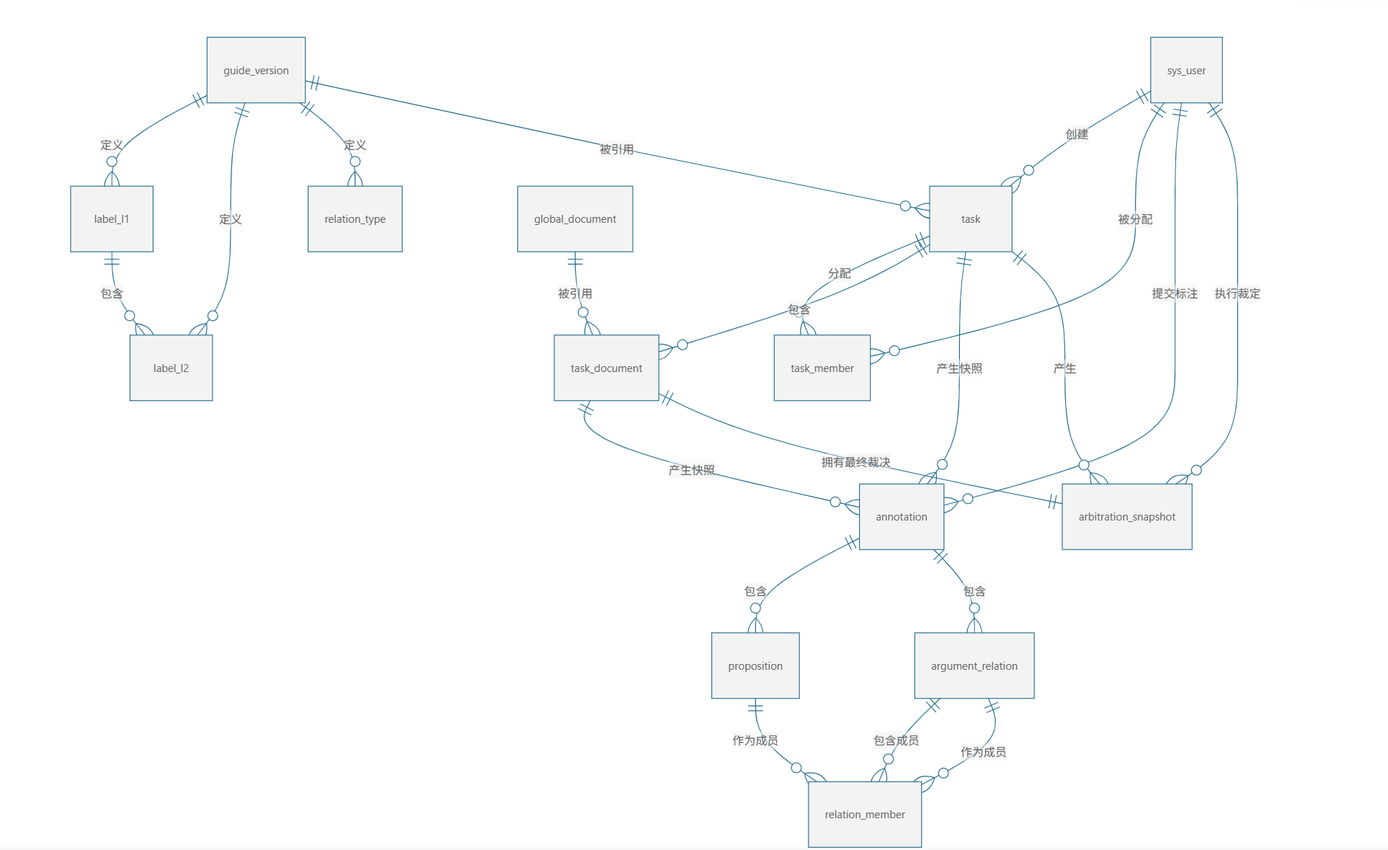
MiaoYuxuan123/Judgement-Annotation-Platform keeps this Mermaid diagram as docs/img/P3-实体间关系.png. Above is the earlier version. Its source is kept beside it as docs/img/P3-实体间关系.mmd. Its diagram source:
```mermaid
erDiagram
    sys_user ||--o{ task : "创建"
    sys_user ||--o{ task_member : "被分配"
    sys_user ||--o{ annotation : "提交标注"
    sys_user ||--o{ arbitration_snapshot : "执行裁定"

    guide_version ||--o{ label_l1 : "定义"
    guide_version ||--o{ label_l2 : "定义"
    guide_version ||--o{ relation_type : "定义"
    guide_version ||--o{ task : "被引用"

    label_l1 ||--o{ label_l2 : "包含"

    global_document ||--o{ task_document : "被引用"

    task ||--o{ task_member : "分配"
    task ||--o{ task_document : "包含"
    task ||--o{ annotation : "产生快照"
    task ||--o{ arbitration_snapshot : "产生"

    task_document ||--o{ annotation : "产生快照"
    task_document ||--|| arbitration_snapshot : "拥有最终裁决"

    annotation ||--o{ proposition : "包含"
    annotation ||--o{ argument_relation : "包含"

    argument_relation ||--o{ relation_member : "包含成员"
    proposition ||--o{ relation_member : "作为成员"
    argument_relation ||--o{ relation_member : "作为成员"
```
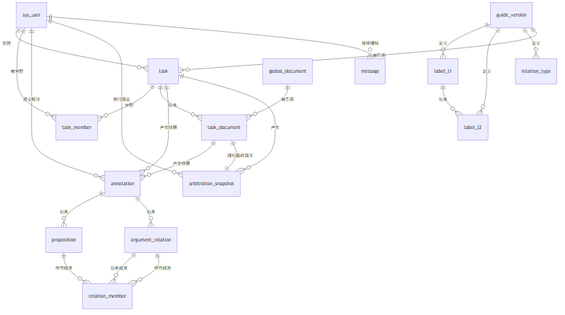
After the change.

Diff of the diagram source:
```diff
@@ -3,6 +3,7 @@
     sys_user ||--o{ task_member : "被分配"
     sys_user ||--o{ annotation : "提交标注"
     sys_user ||--o{ arbitration_snapshot : "执行裁定"
+    sys_user ||--o{ message : "接收通知"
 
     guide_version ||--o{ label_l1 : "定义"
     guide_version ||--o{ label_l2 : "定义"
```
